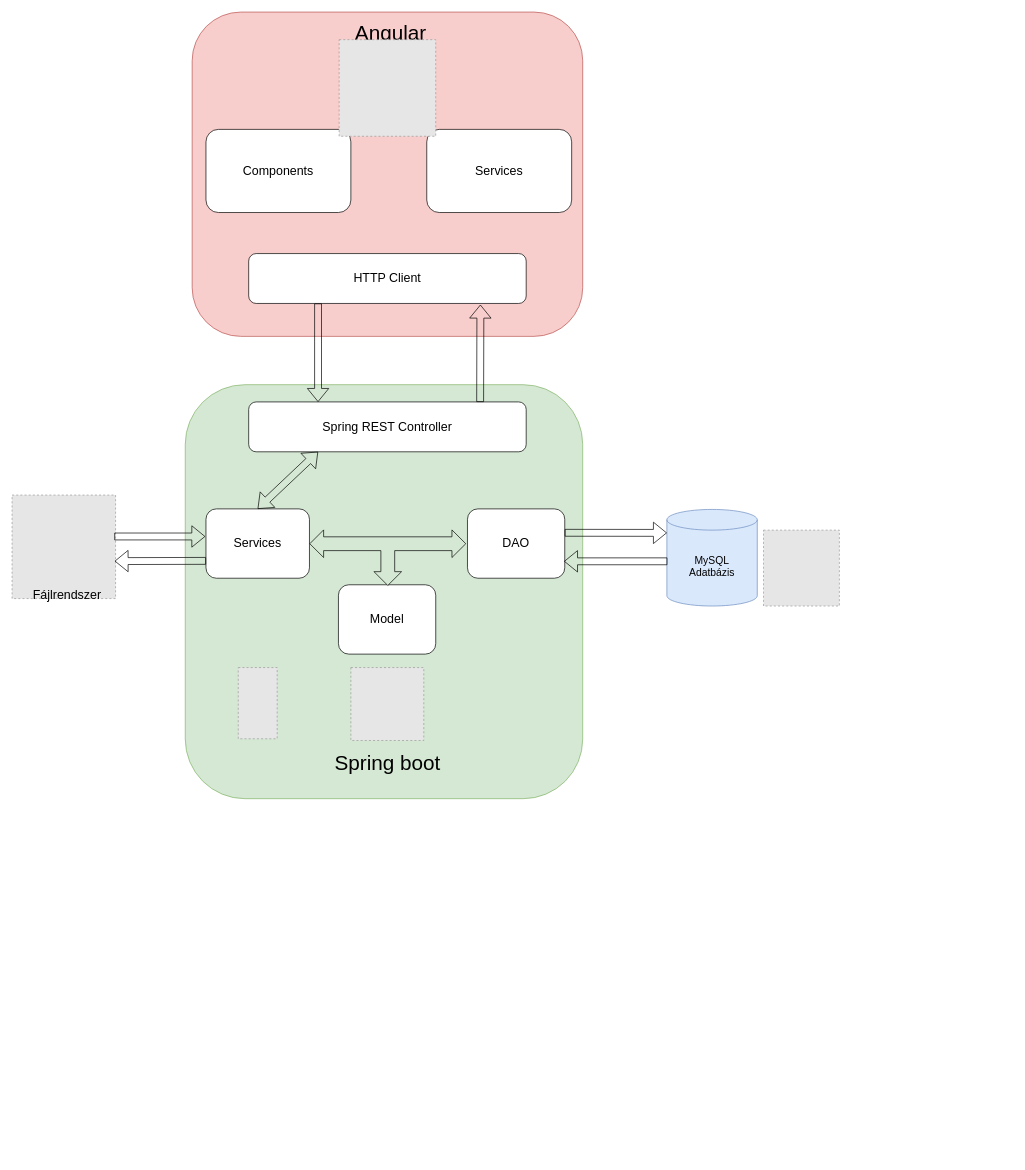
This is docs/chapters/source_codes/Megnevezetlen diagram.drawio from Ddavid111/Szakdolgozat, a draw.io file, before an edit. Source tidied: cells renumbered, new cells numbered last; positions are measured from the earlier drawing's top-left corner, leaving out a move shared by most shapes. Both pictures are drawn from the tidied source at 69%, with x=0, y=0 at pixel (12, 12). Pictures stored in the file or linked from it are replaced by grey dashed boxes.
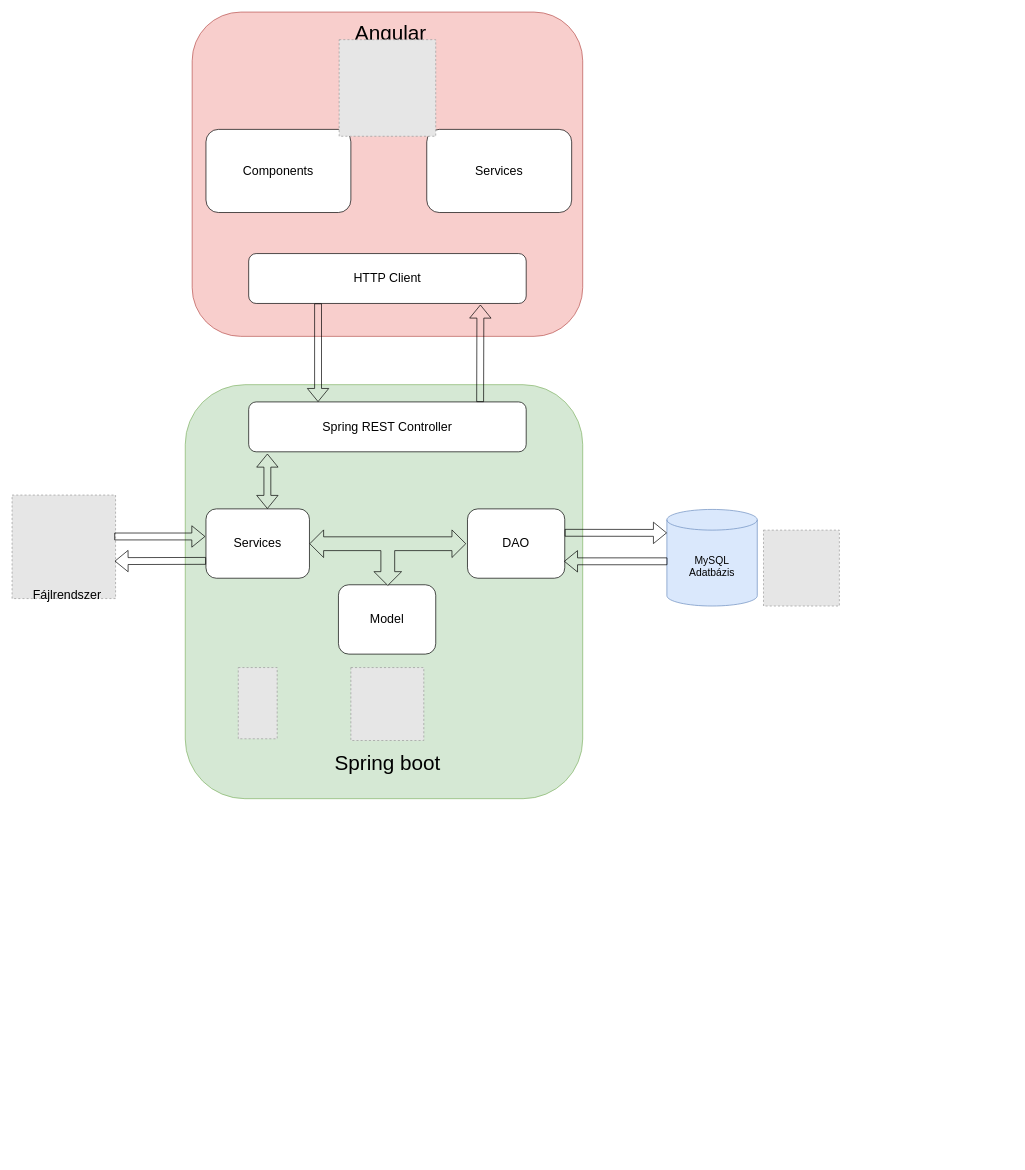
The same diagram, later.

The change refers to these unchanged cells:
```xml
<mxCell id="10" style="group;" parent="9" vertex="1">
  <mxGeometry width="958" height="1120.5" as="geometry" />
</mxCell>
<mxCell id="12" value="&lt;font style=&quot;font-size: 18px;&quot;&gt;Services&lt;/font&gt;" style="rounded=1;whiteSpace=wrap;html=1;" parent="10" vertex="1">
  <mxGeometry x="20" y="180" width="150" height="100.5" as="geometry" />
</mxCell>
<mxCell id="14" value="&lt;font style=&quot;font-size: 18px;&quot;&gt;Spring REST Controller&lt;/font&gt;" style="rounded=1;whiteSpace=wrap;html=1;" parent="10" vertex="1">
  <mxGeometry x="81.9" y="25" width="402.2" height="72.3" as="geometry" />
</mxCell>
```

The edit, as a diff of the source:
```diff
@@
-    <mxCell id="19" style="shape=flexArrow;endArrow=classic;startArrow=classic;html=1;rounded=0;entryX=0.25;entryY=1;entryDx=0;entryDy=0;exitX=0.5;exitY=0;exitDx=0;exitDy=0;" parent="10" edge="1" source="12" target="14">
-      <mxGeometry relative="1" as="geometry" />
+    <mxCell id="19" style="shape=flexArrow;endArrow=classic;startArrow=classic;html=1;rounded=0;exitX=0.5;exitY=0;exitDx=0;exitDy=0;" parent="10" edge="1">
+      <mxGeometry relative="1" as="geometry">
+        <mxPoint x="109" y="180" as="sourcePoint" />
+        <mxPoint x="109" y="100" as="targetPoint" />
+      </mxGeometry>
     </mxCell>
```
